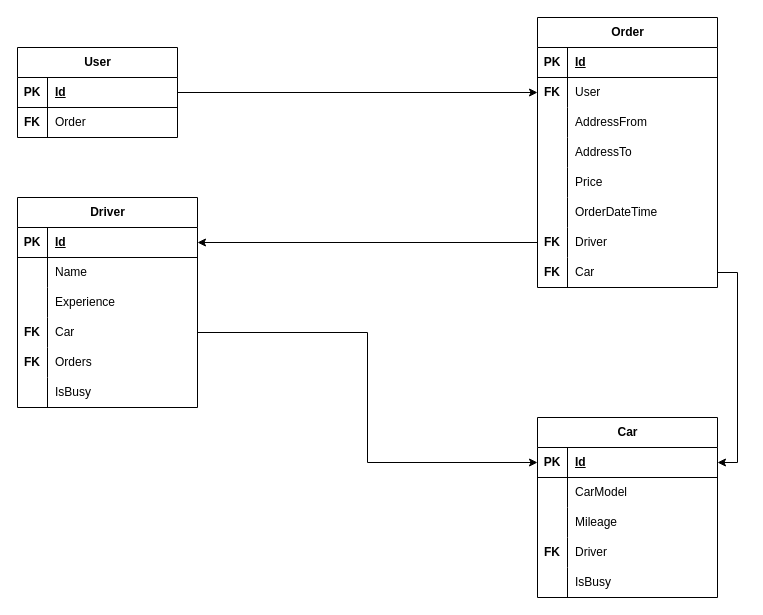
The draw.io diagram docs/cagmanagementsystemdatabase.drawio in CloudlyFog/CabManagementSystemAPI, before the edit. Source tidied: cells renumbered, new cells numbered last; positions are measured from the earlier drawing's top-left corner, leaving out a move shared by most shapes. Both pictures are drawn from the tidied source at 100%, with x=0, y=0 at pixel (17, 17).
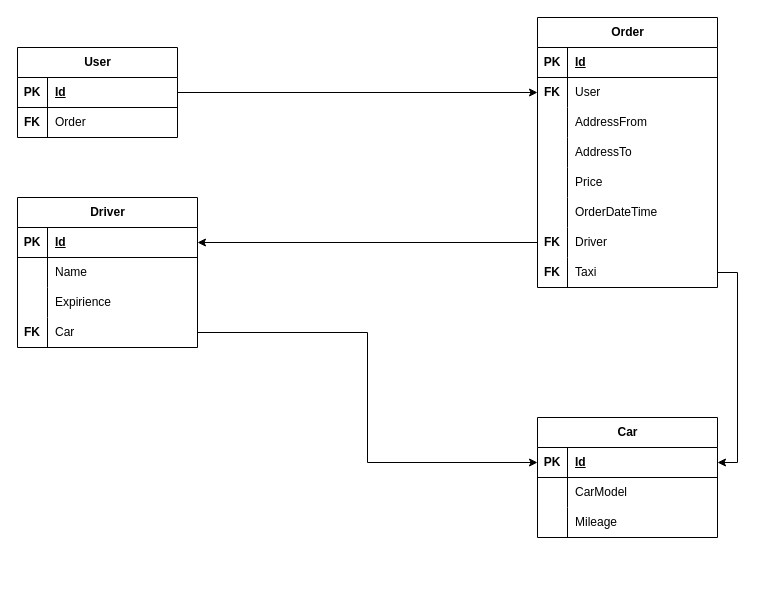
The same page after the edit.

Unchanged cells that the change refers to:
```xml
<mxCell id="31" style="shape=tableRow;horizontal=0;startSize=0;swimlaneHead=0;swimlaneBody=0;fillColor=none;points=[[0,0.5],[1,0.5]];portConstraint=eastwest;top=0;left=0;right=0;bottom=0;" parent="9" vertex="1">
  <mxGeometry y="240" width="180" height="30" as="geometry" />
</mxCell>
<mxCell id="41" style="shape=tableRow;horizontal=0;startSize=0;swimlaneHead=0;swimlaneBody=0;fillColor=none;top=0;left=0;right=0;bottom=0;" parent="34" vertex="1">
  <mxGeometry y="90" width="180" height="30" as="geometry" />
</mxCell>
```

Diff of the diagram source:
```diff
@@
-    <mxCell id="33" value="Car" style="shape=partialRectangle;fillColor=none;top=0;left=0;bottom=0;right=0;align=left;spacingLeft=6;overflow=hidden;whiteSpace=wrap;html=1;" parent="31" vertex="1">
+    <mxCell id="33" value="Taxi" style="shape=partialRectangle;fillColor=none;top=0;left=0;bottom=0;right=0;align=left;spacingLeft=6;overflow=hidden;whiteSpace=wrap;html=1;" parent="31" vertex="1">
       <mxGeometry x="30" width="150" height="30" as="geometry" />
     </mxCell>
     <mxCell id="34" value="Driver" style="shape=table;startSize=30;childLayout=tableLayout;rowLines=0;fontStyle=1;align=center;html=1;" parent="1" vertex="1">
-      <mxGeometry y="180" width="180" height="210" as="geometry" />
+      <mxGeometry y="180" width="180" height="150" as="geometry" />
     </mxCell>
@@
-    <mxCell id="43" value="Experience" style="shape=partialRectangle;fillColor=none;top=0;left=0;bottom=0;right=0;align=left;spacingLeft=6;overflow=hidden;whiteSpace=wrap;html=1;" parent="41" vertex="1">
+    <mxCell id="43" value="Expirience" style="shape=partialRectangle;fillColor=none;top=0;left=0;bottom=0;right=0;align=left;spacingLeft=6;overflow=hidden;whiteSpace=wrap;html=1;" parent="41" vertex="1">
       <mxGeometry x="30" width="150" height="30" as="geometry" />
     </mxCell>
@@
-    <mxCell id="47" style="shape=tableRow;horizontal=0;startSize=0;swimlaneHead=0;swimlaneBody=0;fillColor=none;top=0;left=0;right=0;bottom=0;" parent="34" vertex="1">
-      <mxGeometry y="150" width="180" height="30" as="geometry" />
-    </mxCell>
-    <mxCell id="48" value="&lt;b&gt;FK&lt;/b&gt;" style="shape=partialRectangle;fillColor=none;top=0;left=0;bottom=0;right=0;overflow=hidden;whiteSpace=wrap;html=1;" parent="47" vertex="1">
-      <mxGeometry width="30" height="30" as="geometry" />
-    </mxCell>
-    <mxCell id="49" value="Orders" style="shape=partialRectangle;fillColor=none;top=0;left=0;bottom=0;right=0;align=left;spacingLeft=6;overflow=hidden;whiteSpace=wrap;html=1;" parent="47" vertex="1">
-      <mxGeometry x="30" width="150" height="30" as="geometry" />
-    </mxCell>
-    <mxCell id="50" style="shape=tableRow;horizontal=0;startSize=0;swimlaneHead=0;swimlaneBody=0;fillColor=none;top=0;left=0;right=0;bottom=0;" parent="34" vertex="1">
-      <mxGeometry y="180" width="180" height="30" as="geometry" />
-    </mxCell>
-    <mxCell id="51" style="shape=partialRectangle;fillColor=none;top=0;left=0;bottom=0;right=0;overflow=hidden;whiteSpace=wrap;html=1;" parent="50" vertex="1">
-      <mxGeometry width="30" height="30" as="geometry" />
-    </mxCell>
-    <mxCell id="52" value="IsBusy" style="shape=partialRectangle;fillColor=none;top=0;left=0;bottom=0;right=0;align=left;spacingLeft=6;overflow=hidden;whiteSpace=wrap;html=1;" parent="50" vertex="1">
-      <mxGeometry x="30" width="150" height="30" as="geometry" />
-    </mxCell>
     <mxCell id="53" value="Car" style="shape=table;startSize=30;childLayout=tableLayout;rowLines=0;fontStyle=1;align=center;html=1;" parent="1" vertex="1">
-      <mxGeometry x="520" y="400" width="180" height="180" as="geometry" />
+      <mxGeometry x="520" y="400" width="180" height="120" as="geometry" />
     </mxCell>
@@
-    <mxCell id="63" style="shape=tableRow;horizontal=0;startSize=0;swimlaneHead=0;swimlaneBody=0;fillColor=none;top=0;left=0;right=0;bottom=0;" parent="53" vertex="1">
-      <mxGeometry y="120" width="180" height="30" as="geometry" />
-    </mxCell>
-    <mxCell id="64" value="&lt;b&gt;FK&lt;/b&gt;" style="shape=partialRectangle;fillColor=none;top=0;left=0;bottom=0;right=0;overflow=hidden;whiteSpace=wrap;html=1;" parent="63" vertex="1">
-      <mxGeometry width="30" height="30" as="geometry" />
-    </mxCell>
-    <mxCell id="65" value="Driver" style="shape=partialRectangle;fillColor=none;top=0;left=0;bottom=0;right=0;align=left;spacingLeft=6;overflow=hidden;whiteSpace=wrap;html=1;" parent="63" vertex="1">
-      <mxGeometry x="30" width="150" height="30" as="geometry" />
-    </mxCell>
-    <mxCell id="66" style="shape=tableRow;horizontal=0;startSize=0;swimlaneHead=0;swimlaneBody=0;fillColor=none;top=0;left=0;right=0;bottom=0;" parent="53" vertex="1">
-      <mxGeometry y="150" width="180" height="30" as="geometry" />
-    </mxCell>
-    <mxCell id="67" style="shape=partialRectangle;fillColor=none;top=0;left=0;bottom=0;right=0;overflow=hidden;whiteSpace=wrap;html=1;" parent="66" vertex="1">
-      <mxGeometry width="30" height="30" as="geometry" />
-    </mxCell>
-    <mxCell id="68" value="IsBusy" style="shape=partialRectangle;fillColor=none;top=0;left=0;bottom=0;right=0;align=left;spacingLeft=6;overflow=hidden;whiteSpace=wrap;html=1;" parent="66" vertex="1">
-      <mxGeometry x="30" width="150" height="30" as="geometry" />
-    </mxCell>
```
